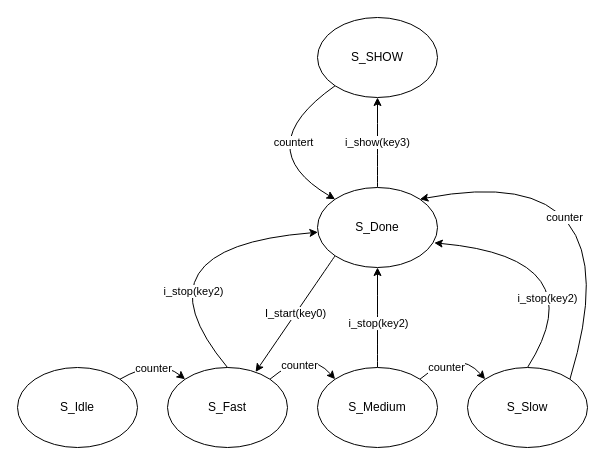
shawntsai0312/NTUEE_DIGITAL_CIRCUIT_LAB_24FALL keeps this draw.io diagram as Lab1/doc/state.drawio. Above is the earlier version. Source tidied: cells renumbered, new cells numbered last; positions are measured from the earlier drawing's top-left corner, leaving out a move shared by most shapes. Both pictures are drawn from the tidied source at 100%, with x=0, y=0 at pixel (17, 17).
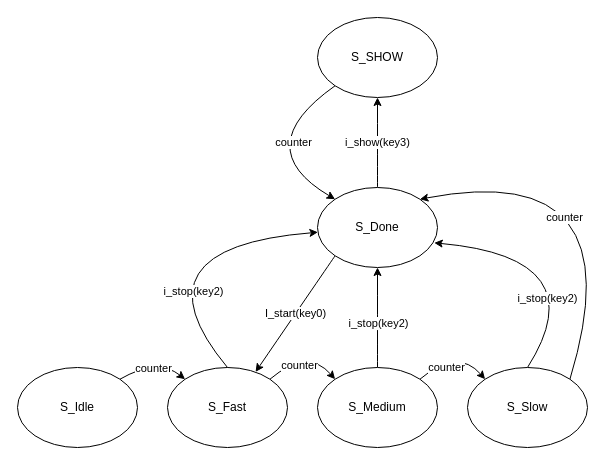
The same page after the edit.

The change refers to these unchanged cells:
```xml
<mxCell id="23" style="edgeStyle=none;curved=1;html=1;exitX=0;exitY=1;exitDx=0;exitDy=0;entryX=0;entryY=0;entryDx=0;entryDy=0;" parent="1" edge="1" source="25" target="20">
  <mxGeometry relative="1" as="geometry">
    <Array as="points">
      <mxPoint x="230" y="130" />
    </Array>
  </mxGeometry>
</mxCell>
```

Change to the diagram source:
```diff
@@
-    <mxCell id="24" value="countert" style="edgeLabel;html=1;align=center;verticalAlign=middle;" parent="23" vertex="1">
+    <mxCell id="24" value="counter" style="edgeLabel;html=1;align=center;verticalAlign=middle;" parent="23" vertex="1">
       <mxGeometry x="-0.36" y="22" relative="1" as="geometry" />
     </mxCell>
```
